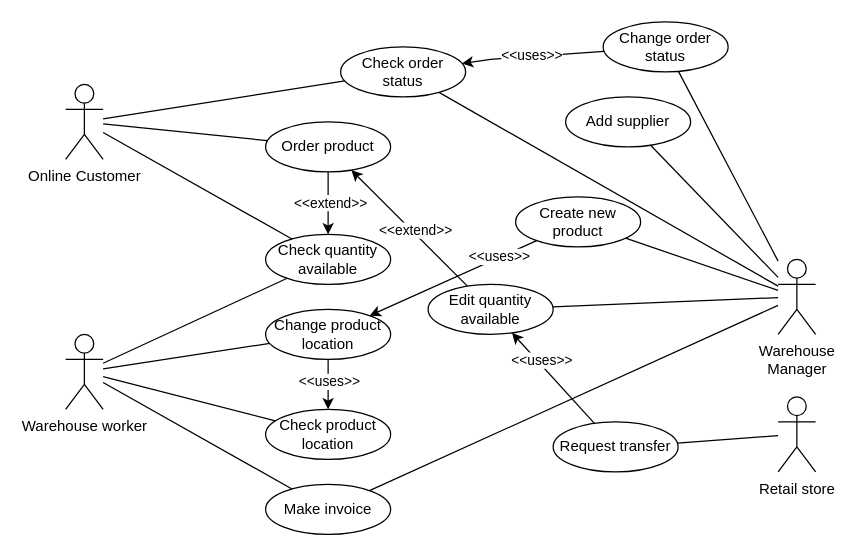
Before: UML Version 1.drawio in kezutah/CSE-111-Databases-Project, a draw.io diagram. Source tidied: cells renumbered, new cells numbered last; positions are measured from the earlier drawing's top-left corner, leaving out a move shared by most shapes. Both pictures are drawn from the tidied source at 125%, with x=0, y=0 at pixel (65, 21).
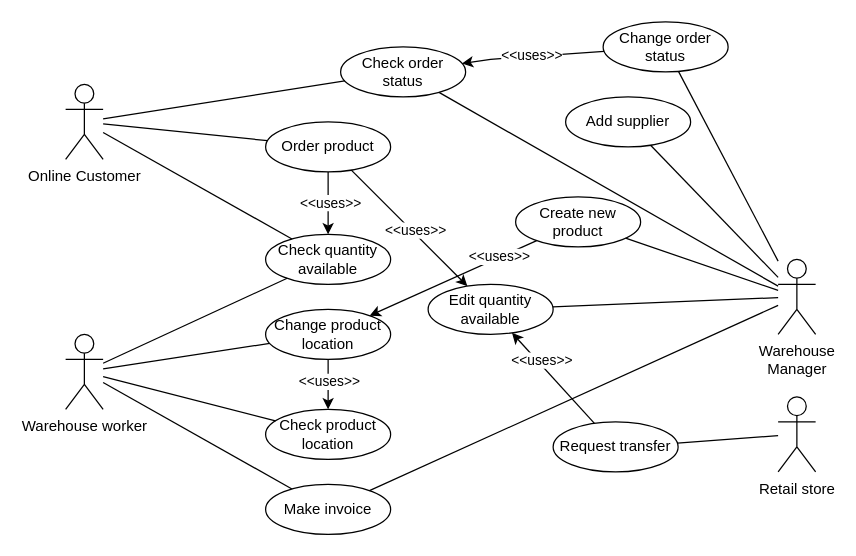
After the change.

The change refers to these unchanged cells:
```xml
<mxCell id="3" value="Order product" style="ellipse;whiteSpace=wrap;html=1;align=center;" parent="1" vertex="1">
  <mxGeometry x="160" y="80" width="100" height="40" as="geometry" />
</mxCell>
<mxCell id="5" style="endArrow=classic;html=1;rounded=0;" parent="1" edge="1" source="3" target="4">
  <mxGeometry relative="1" as="geometry" />
</mxCell>
<mxCell id="9" value="Edit quantity available" style="ellipse;whiteSpace=wrap;html=1;align=center;" parent="1" vertex="1">
  <mxGeometry x="290" y="210" width="100" height="40" as="geometry" />
</mxCell>
```

What changed in the source:
```diff
@@
-    <mxCell id="6" value="&amp;lt;&amp;lt;extend&amp;gt;&amp;gt;" style="edgeLabel;html=1;align=center;verticalAlign=middle;" parent="5" vertex="1">
+    <mxCell id="6" value="&amp;lt;&amp;lt;uses&amp;gt;&amp;gt;" style="edgeLabel;html=1;align=center;verticalAlign=middle;" parent="5" vertex="1">
       <mxGeometry x="-0.05" y="1" relative="1" as="geometry" />
     </mxCell>
@@
-    <mxCell id="39" style="endArrow=classic;html=1;rounded=0;" parent="1" edge="1" source="9" target="3">
+    <mxCell id="39" style="endArrow=none;html=1;rounded=0;startArrow=classic;startFill=1;endFill=0;" parent="1" edge="1" source="9" target="3">
       <mxGeometry relative="1" as="geometry" />
     </mxCell>
-    <mxCell id="40" value="&amp;lt;&amp;lt;extend&amp;gt;&amp;gt;" style="edgeLabel;html=1;align=center;verticalAlign=middle;" parent="39" vertex="1">
+    <mxCell id="40" value="&amp;lt;&amp;lt;uses&amp;gt;&amp;gt;" style="edgeLabel;html=1;align=center;verticalAlign=middle;" parent="39" vertex="1">
       <mxGeometry x="-0.06" y="-2" relative="1" as="geometry" />
     </mxCell>
```
